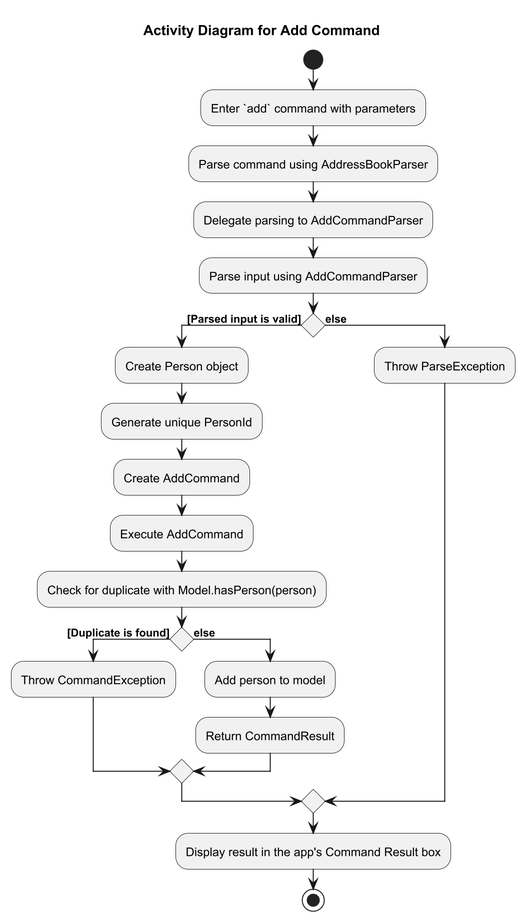
The PlantUML diagram docs/images/AddCommandActivityDiagram.png in darrenlhs/tp, before a commit. The source it was exported from:
```plantuml
@startuml
!include style.puml

title Activity Diagram for Add Command
scale 2
start

:Enter `add` command with parameters;
:Parse command using AddressBookParser;
:Delegate parsing to AddCommandParser;
:Parse input using AddCommandParser;

if () then ([Parsed input is valid])
  :Create Person object;
  :Generate unique PersonId;
  :Create AddCommand;

  :Execute AddCommand;
  :Check for duplicate with Model.hasPerson(person);

  if () then ([Duplicate is found])
    :Throw CommandException;
  else (else)
    :Add person to model;
    :Return CommandResult;
  endif

else (else)
  :Throw ParseException;
endif
:Display result in the app's Command Result box;
stop
@enduml
```
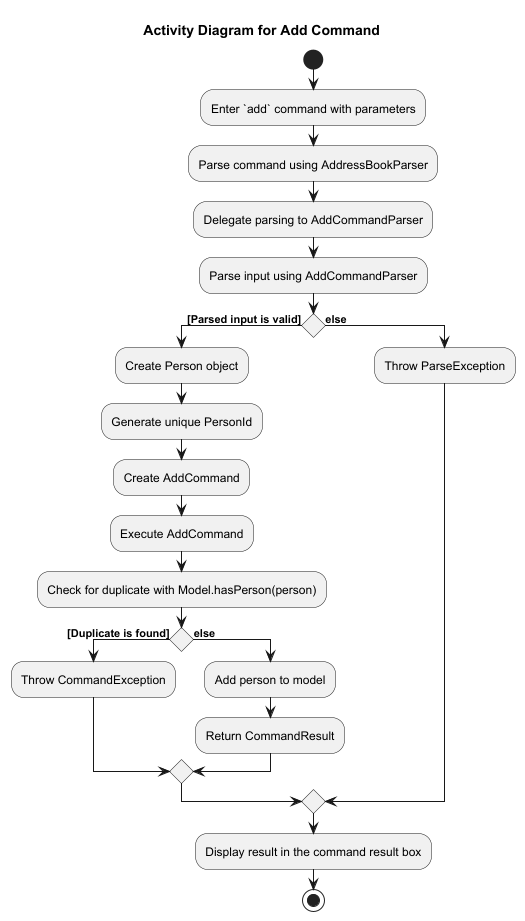
After the commit.

Diff of the diagram source:
```diff
@@ -2,7 +2,6 @@
 !include style.puml
 
 title Activity Diagram for Add Command
-scale 2
 start
 
 :Enter `add` command with parameters;
@@ -28,6 +27,6 @@
 else (else)
   :Throw ParseException;
 endif
-:Display result in the app's Command Result box;
+:Display result in the command result box;
 stop
 @enduml
```
